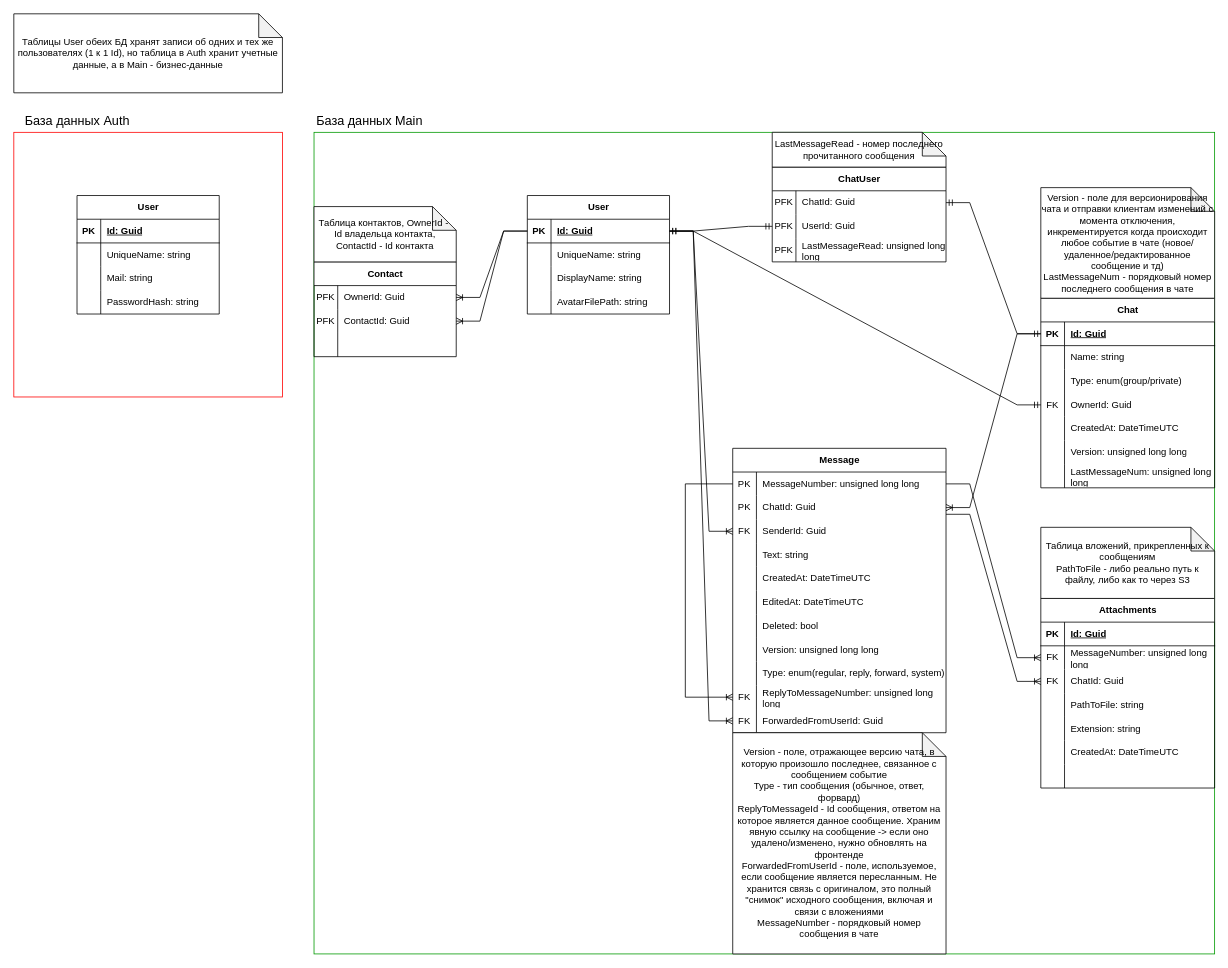
Earlier version of the draw.io diagram docs/backend/DB.drawio (iuschnic/simple-messenger). Source tidied: cells renumbered, new cells numbered last; positions are measured from the earlier drawing's top-left corner, leaving out a move shared by most shapes. Both pictures are drawn from the tidied source at 79%, with x=0, y=0 at pixel (13, 13).
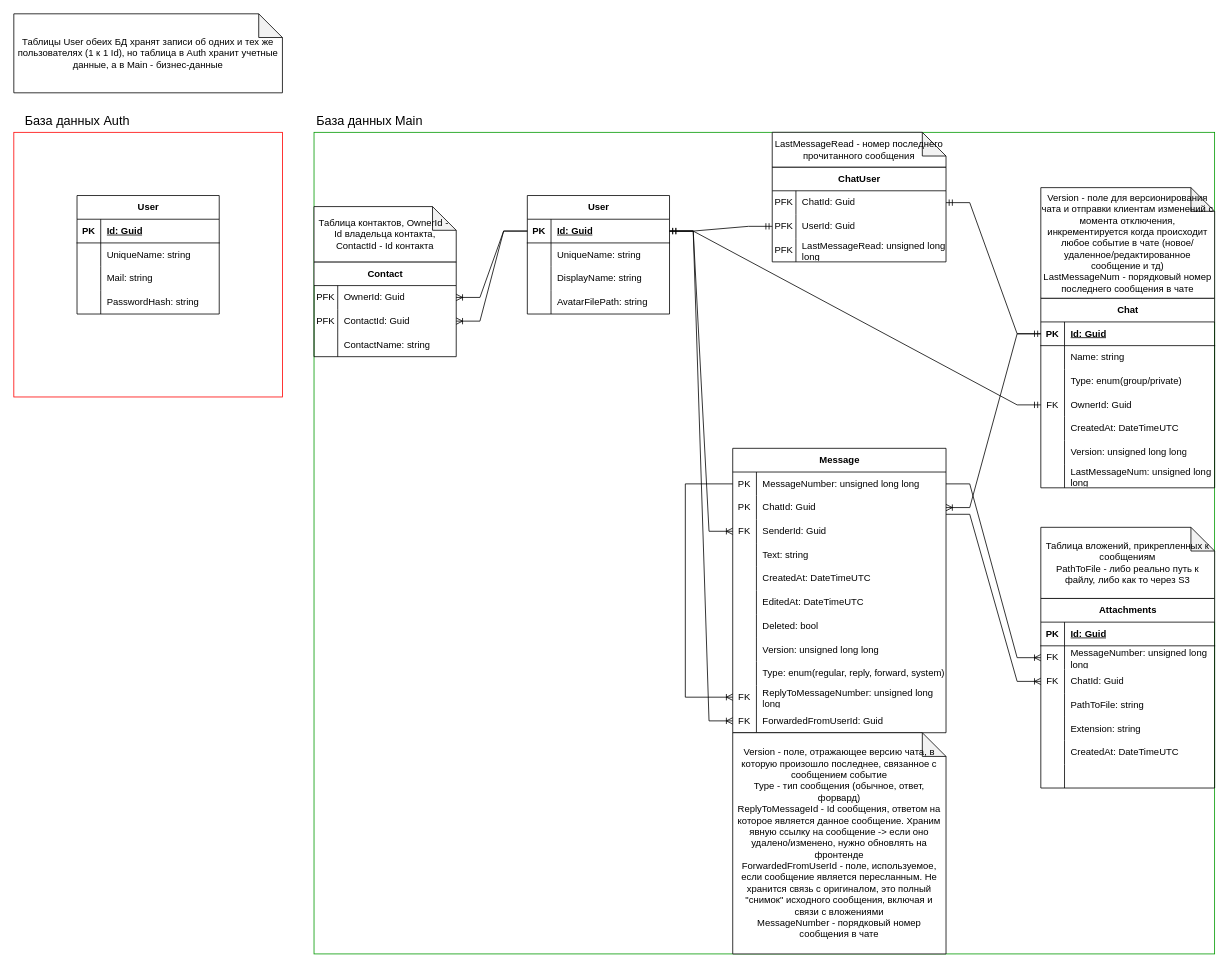
Above is the later version.

Commit message (it also covers changes not shown here):
#1 добавил имя контакта на диаграмме БД

The change refers to these unchanged cells:
```xml
<mxCell id="40" style="shape=tableRow;horizontal=0;startSize=0;swimlaneHead=0;swimlaneBody=0;fillColor=none;top=0;left=0;right=0;bottom=0;" parent="33" vertex="1">
  <mxGeometry y="90" width="180" height="30" as="geometry" />
</mxCell>
```

What changed in the source:
```diff
@@
-    <mxCell id="42" style="shape=partialRectangle;fillColor=none;top=0;left=0;bottom=0;right=0;align=left;spacingLeft=6;overflow=hidden;whiteSpace=wrap;html=1;" parent="40" vertex="1">
+    <mxCell id="42" value="ContactName: string" style="shape=partialRectangle;fillColor=none;top=0;left=0;bottom=0;right=0;align=left;spacingLeft=6;overflow=hidden;whiteSpace=wrap;html=1;" parent="40" vertex="1">
       <mxGeometry x="30" width="150" height="30" as="geometry" />
     </mxCell>
```
